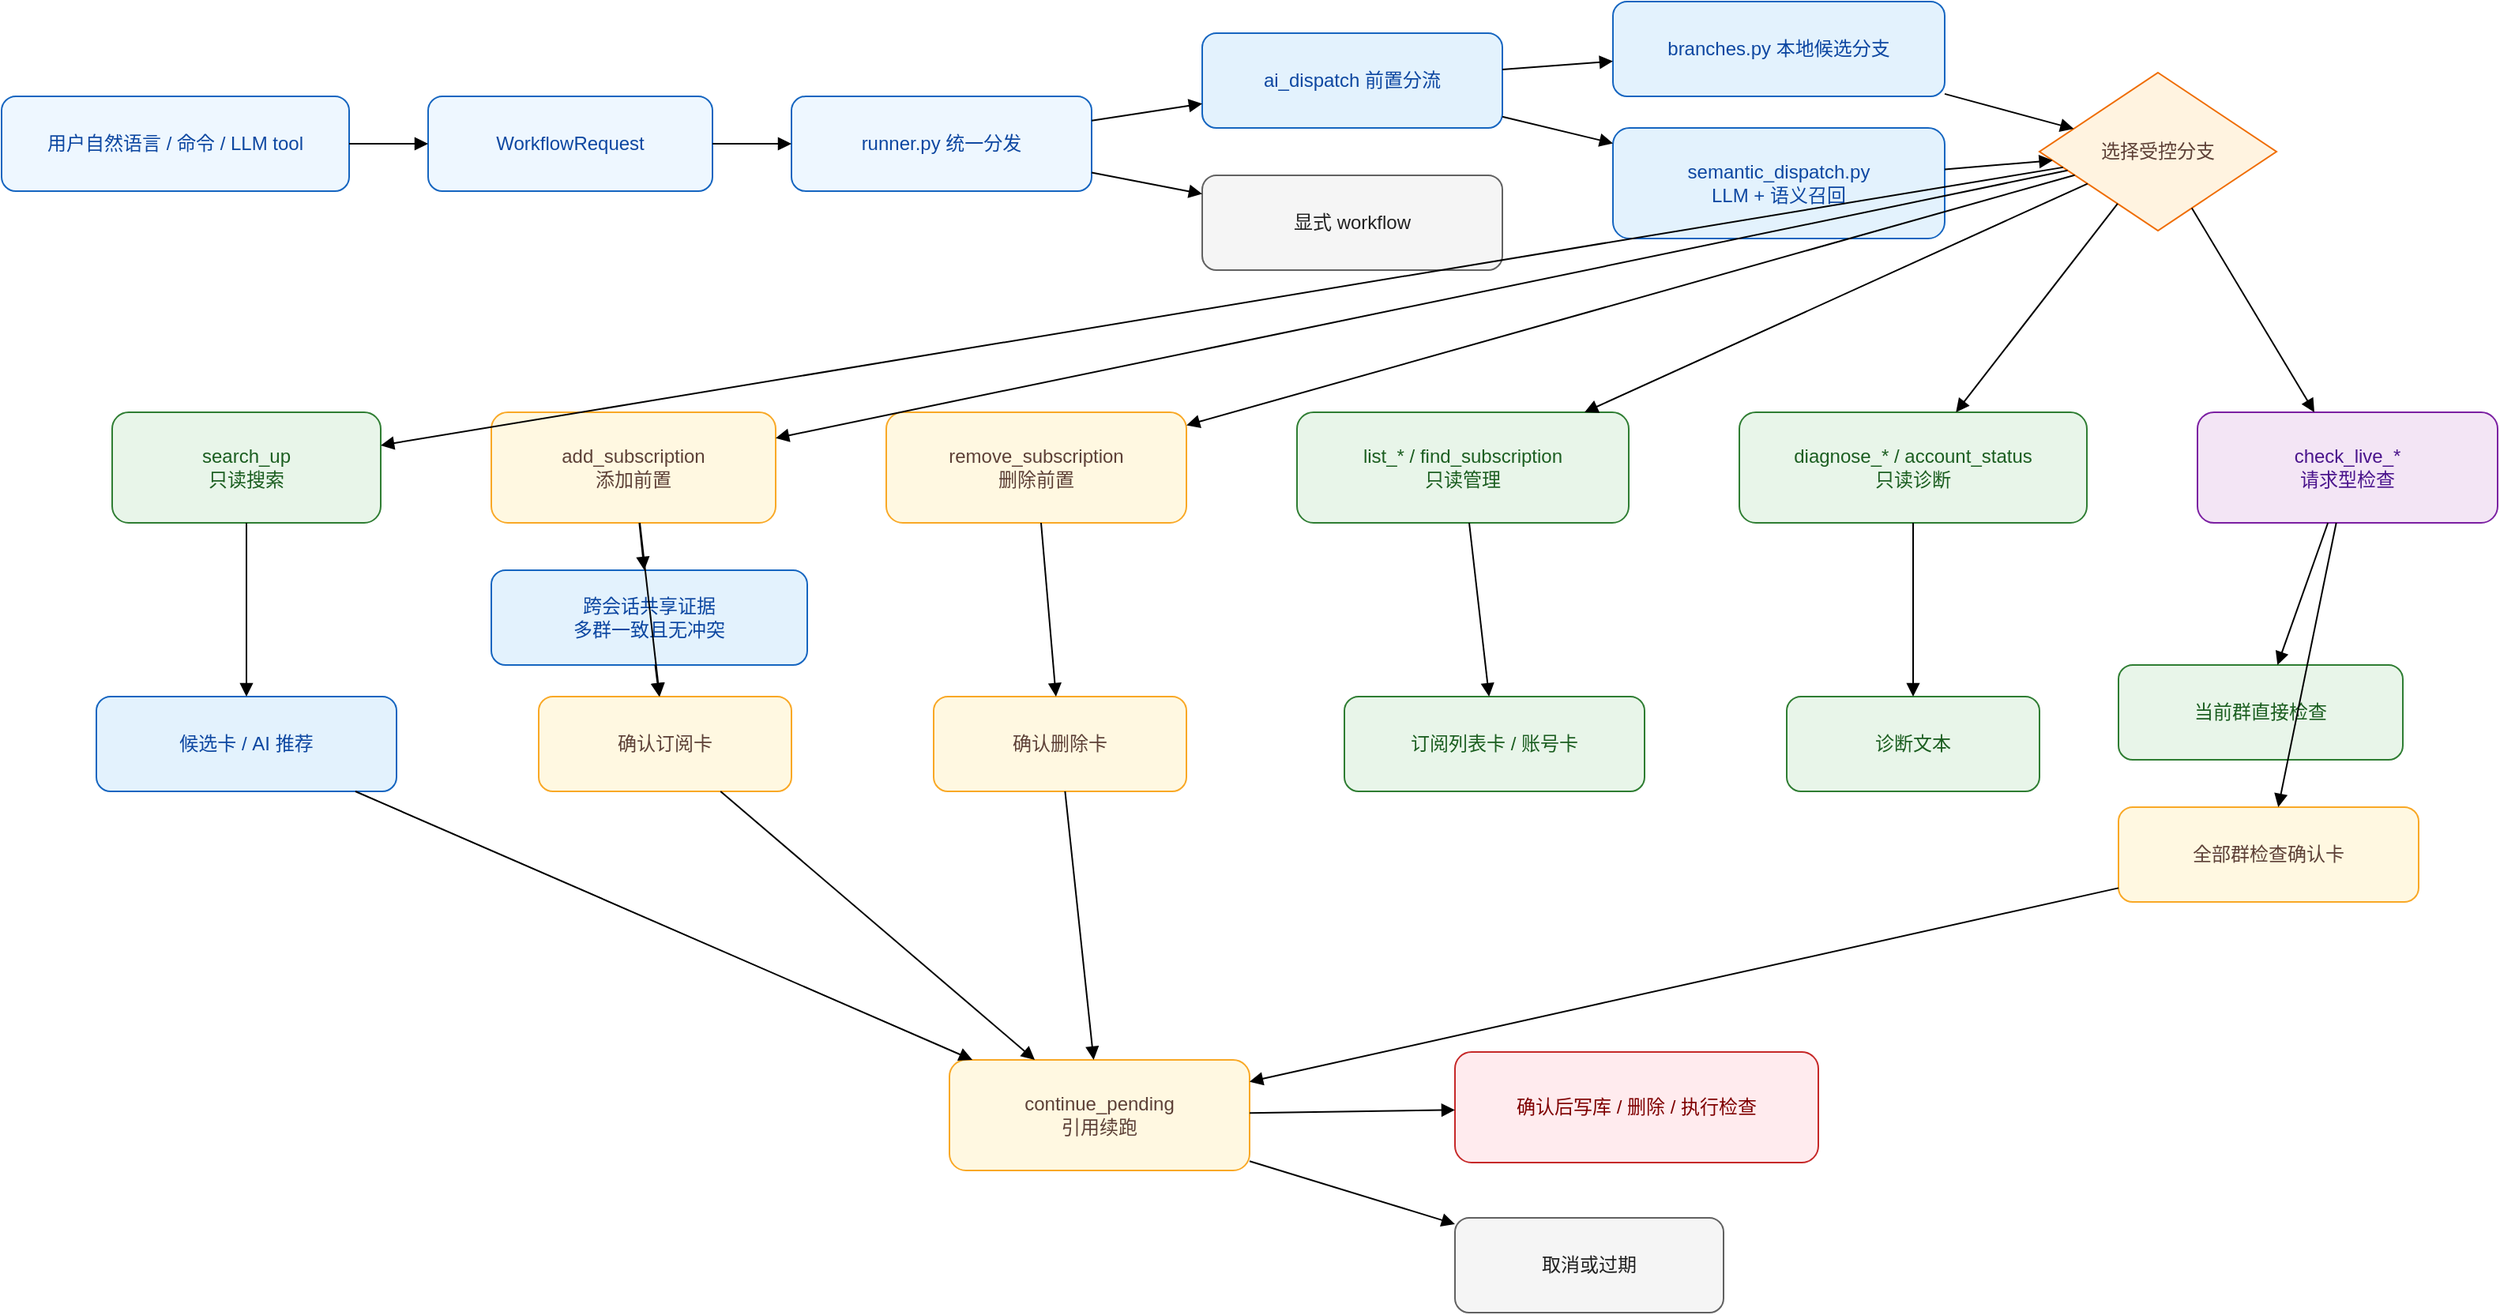
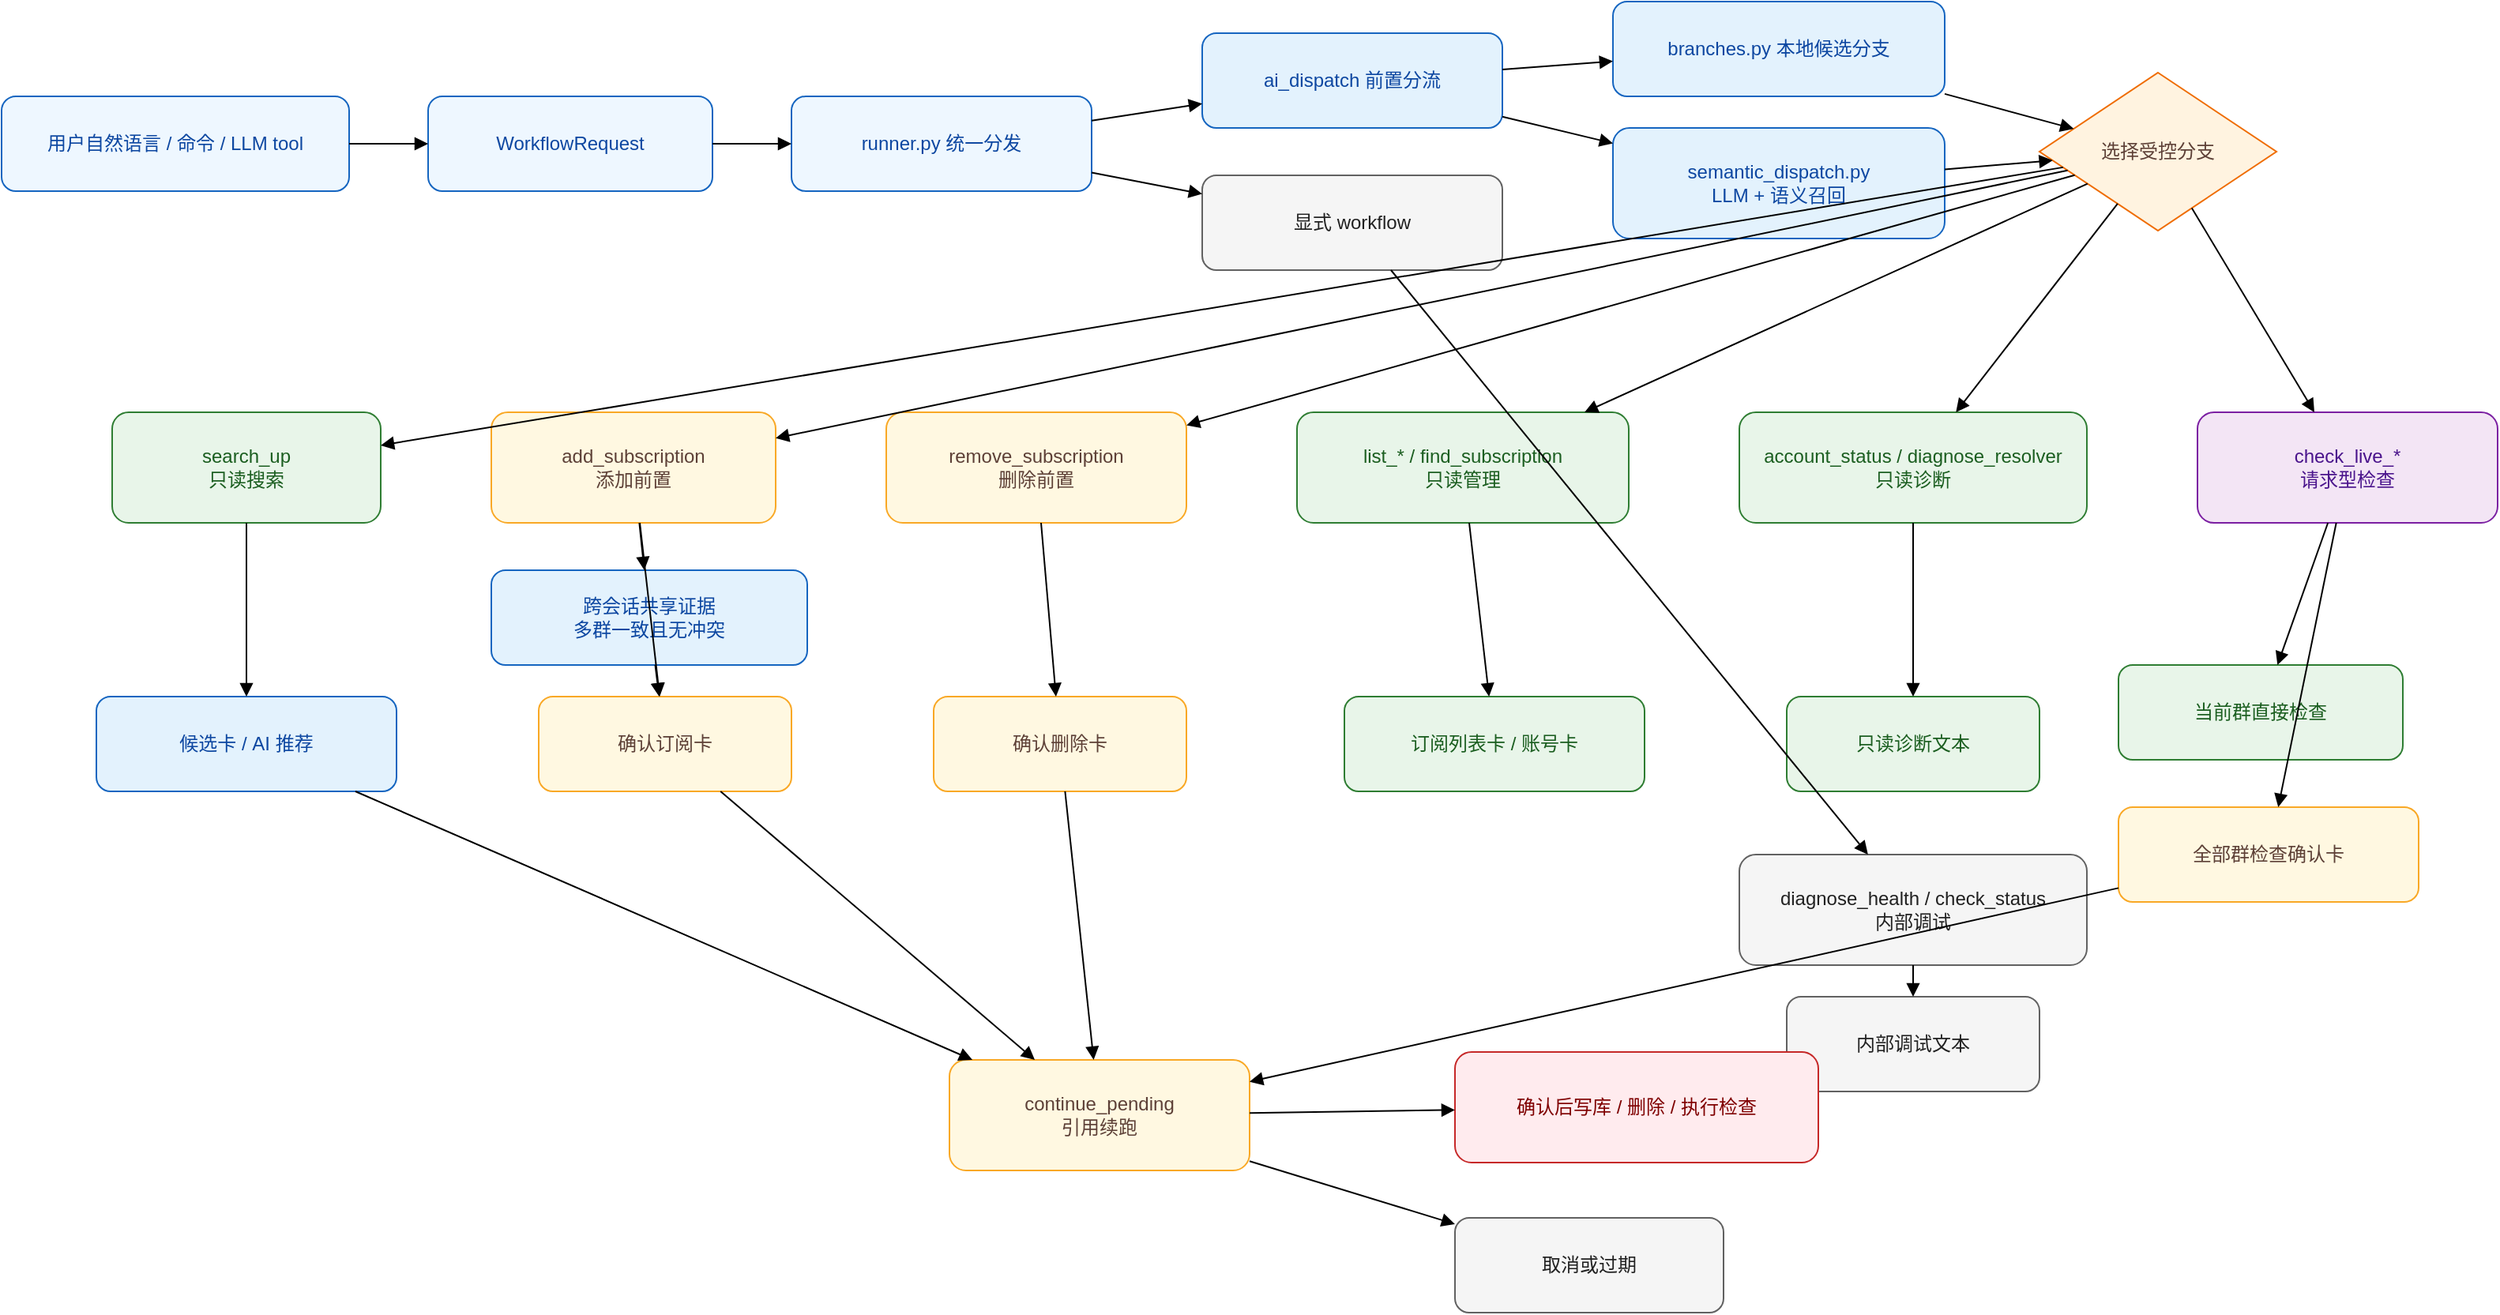
<mxfile host="app.diagrams.net" modified="2026-06-19T00:00:00.000Z" agent="Codex" version="24.7.17">
  <diagram id="bilibili-workflow-map" name="Bilibili Workflow">
    <mxGraphModel dx="1600" dy="1000" grid="1" gridSize="10" guides="1" tooltips="1" connect="1" arrows="1" fold="1" page="1" pageScale="1" pageWidth="1800" pageHeight="1200" math="0" shadow="0">
      <root>
        <mxCell id="0"/>
        <mxCell id="1" parent="0"/>
        <mxCell id="entry" value="用户自然语言 / 命令 / LLM tool" style="rounded=1;whiteSpace=wrap;html=1;fillColor=#eef7ff;strokeColor=#1565c0;fontColor=#0d47a1;" vertex="1" parent="1"><mxGeometry x="60" y="80" width="220" height="60" as="geometry"/></mxCell>
        <mxCell id="request" value="WorkflowRequest" style="rounded=1;whiteSpace=wrap;html=1;fillColor=#eef7ff;strokeColor=#1565c0;fontColor=#0d47a1;" vertex="1" parent="1"><mxGeometry x="330" y="80" width="180" height="60" as="geometry"/></mxCell>
        <mxCell id="runner" value="runner.py 统一分发" style="rounded=1;whiteSpace=wrap;html=1;fillColor=#eef7ff;strokeColor=#1565c0;fontColor=#0d47a1;" vertex="1" parent="1"><mxGeometry x="560" y="80" width="190" height="60" as="geometry"/></mxCell>
        <mxCell id="dispatch" value="ai_dispatch 前置分流" style="rounded=1;whiteSpace=wrap;html=1;fillColor=#e3f2fd;strokeColor=#1565c0;fontColor=#0d47a1;" vertex="1" parent="1"><mxGeometry x="820" y="40" width="190" height="60" as="geometry"/></mxCell>
        <mxCell id="direct" value="显式 workflow" style="rounded=1;whiteSpace=wrap;html=1;fillColor=#f5f5f5;strokeColor=#616161;fontColor=#212121;" vertex="1" parent="1"><mxGeometry x="820" y="130" width="190" height="60" as="geometry"/></mxCell>
        <mxCell id="branches" value="branches.py 本地候选分支" style="rounded=1;whiteSpace=wrap;html=1;fillColor=#e3f2fd;strokeColor=#1565c0;fontColor=#0d47a1;" vertex="1" parent="1"><mxGeometry x="1080" y="20" width="210" height="60" as="geometry"/></mxCell>
        <mxCell id="semantic" value="semantic_dispatch.py&#xa;LLM + 语义召回" style="rounded=1;whiteSpace=wrap;html=1;fillColor=#e3f2fd;strokeColor=#1565c0;fontColor=#0d47a1;" vertex="1" parent="1"><mxGeometry x="1080" y="100" width="210" height="70" as="geometry"/></mxCell>
        <mxCell id="select" value="选择受控分支" style="rhombus;whiteSpace=wrap;html=1;fillColor=#fff3e0;strokeColor=#ef6c00;fontColor=#5d4037;" vertex="1" parent="1"><mxGeometry x="1350" y="65" width="150" height="100" as="geometry"/></mxCell>
        <mxCell id="search" value="search_up&#xa;只读搜索" style="rounded=1;whiteSpace=wrap;html=1;fillColor=#e8f5e9;strokeColor=#2e7d32;fontColor=#1b5e20;" vertex="1" parent="1"><mxGeometry x="130" y="280" width="170" height="70" as="geometry"/></mxCell>
        <mxCell id="add" value="add_subscription&#xa;添加前置" style="rounded=1;whiteSpace=wrap;html=1;fillColor=#fff8e1;strokeColor=#f9a825;fontColor=#5d4037;" vertex="1" parent="1"><mxGeometry x="370" y="280" width="180" height="70" as="geometry"/></mxCell>
        <mxCell id="remove" value="remove_subscription&#xa;删除前置" style="rounded=1;whiteSpace=wrap;html=1;fillColor=#fff8e1;strokeColor=#f9a825;fontColor=#5d4037;" vertex="1" parent="1"><mxGeometry x="620" y="280" width="190" height="70" as="geometry"/></mxCell>
        <mxCell id="lists" value="list_* / find_subscription&#xa;只读管理" style="rounded=1;whiteSpace=wrap;html=1;fillColor=#e8f5e9;strokeColor=#2e7d32;fontColor=#1b5e20;" vertex="1" parent="1"><mxGeometry x="880" y="280" width="210" height="70" as="geometry"/></mxCell>
-         <mxCell id="diagnose" value="diagnose_* / account_status&#xa;只读诊断" style="rounded=1;whiteSpace=wrap;html=1;fillColor=#e8f5e9;strokeColor=#2e7d32;fontColor=#1b5e20;" vertex="1" parent="1"><mxGeometry x="1160" y="280" width="220" height="70" as="geometry"/></mxCell>
+         <mxCell id="diagnose" value="account_status / diagnose_resolver&#xa;只读诊断" style="rounded=1;whiteSpace=wrap;html=1;fillColor=#e8f5e9;strokeColor=#2e7d32;fontColor=#1b5e20;" vertex="1" parent="1"><mxGeometry x="1160" y="280" width="220" height="70" as="geometry"/></mxCell>
+         <mxCell id="internaldiag" value="diagnose_health / check_status&#xa;内部调试" style="rounded=1;whiteSpace=wrap;html=1;fillColor=#f5f5f5;strokeColor=#616161;fontColor=#212121;" vertex="1" parent="1"><mxGeometry x="1160" y="560" width="220" height="70" as="geometry"/></mxCell>
        <mxCell id="livecheck" value="check_live_*&#xa;请求型检查" style="rounded=1;whiteSpace=wrap;html=1;fillColor=#f3e5f5;strokeColor=#7b1fa2;fontColor=#4a148c;" vertex="1" parent="1"><mxGeometry x="1450" y="280" width="190" height="70" as="geometry"/></mxCell>
        <mxCell id="candidate" value="候选卡 / AI 推荐" style="rounded=1;whiteSpace=wrap;html=1;fillColor=#e3f2fd;strokeColor=#1565c0;fontColor=#0d47a1;" vertex="1" parent="1"><mxGeometry x="120" y="460" width="190" height="60" as="geometry"/></mxCell>
        <mxCell id="sharedalias" value="跨会话共享证据&#xa;多群一致且无冲突" style="rounded=1;whiteSpace=wrap;html=1;fillColor=#e3f2fd;strokeColor=#1565c0;fontColor=#0d47a1;" vertex="1" parent="1"><mxGeometry x="370" y="380" width="200" height="60" as="geometry"/></mxCell>
        <mxCell id="addconfirm" value="确认订阅卡" style="rounded=1;whiteSpace=wrap;html=1;fillColor=#fff8e1;strokeColor=#f9a825;fontColor=#5d4037;" vertex="1" parent="1"><mxGeometry x="400" y="460" width="160" height="60" as="geometry"/></mxCell>
        <mxCell id="removeconfirm" value="确认删除卡" style="rounded=1;whiteSpace=wrap;html=1;fillColor=#fff8e1;strokeColor=#f9a825;fontColor=#5d4037;" vertex="1" parent="1"><mxGeometry x="650" y="460" width="160" height="60" as="geometry"/></mxCell>
        <mxCell id="listcard" value="订阅列表卡 / 账号卡" style="rounded=1;whiteSpace=wrap;html=1;fillColor=#e8f5e9;strokeColor=#2e7d32;fontColor=#1b5e20;" vertex="1" parent="1"><mxGeometry x="910" y="460" width="190" height="60" as="geometry"/></mxCell>
-         <mxCell id="diagtext" value="诊断文本" style="rounded=1;whiteSpace=wrap;html=1;fillColor=#e8f5e9;strokeColor=#2e7d32;fontColor=#1b5e20;" vertex="1" parent="1"><mxGeometry x="1190" y="460" width="160" height="60" as="geometry"/></mxCell>
+         <mxCell id="diagtext" value="只读诊断文本" style="rounded=1;whiteSpace=wrap;html=1;fillColor=#e8f5e9;strokeColor=#2e7d32;fontColor=#1b5e20;" vertex="1" parent="1"><mxGeometry x="1190" y="460" width="160" height="60" as="geometry"/></mxCell>
+         <mxCell id="internaltext" value="内部调试文本" style="rounded=1;whiteSpace=wrap;html=1;fillColor=#f5f5f5;strokeColor=#616161;fontColor=#212121;" vertex="1" parent="1"><mxGeometry x="1190" y="650" width="160" height="60" as="geometry"/></mxCell>
        <mxCell id="currentlive" value="当前群直接检查" style="rounded=1;whiteSpace=wrap;html=1;fillColor=#e8f5e9;strokeColor=#2e7d32;fontColor=#1b5e20;" vertex="1" parent="1"><mxGeometry x="1400" y="440" width="180" height="60" as="geometry"/></mxCell>
        <mxCell id="allconfirm" value="全部群检查确认卡" style="rounded=1;whiteSpace=wrap;html=1;fillColor=#fff8e1;strokeColor=#f9a825;fontColor=#5d4037;" vertex="1" parent="1"><mxGeometry x="1400" y="530" width="190" height="60" as="geometry"/></mxCell>
        <mxCell id="pending" value="continue_pending&#xa;引用续跑" style="rounded=1;whiteSpace=wrap;html=1;fillColor=#fff8e1;strokeColor=#f9a825;fontColor=#5d4037;" vertex="1" parent="1"><mxGeometry x="660" y="690" width="190" height="70" as="geometry"/></mxCell>
        <mxCell id="write" value="确认后写库 / 删除 / 执行检查" style="rounded=1;whiteSpace=wrap;html=1;fillColor=#ffebee;strokeColor=#c62828;fontColor=#7f0000;" vertex="1" parent="1"><mxGeometry x="980" y="685" width="230" height="70" as="geometry"/></mxCell>
        <mxCell id="cancel" value="取消或过期" style="rounded=1;whiteSpace=wrap;html=1;fillColor=#f5f5f5;strokeColor=#616161;fontColor=#212121;" vertex="1" parent="1"><mxGeometry x="980" y="790" width="170" height="60" as="geometry"/></mxCell>
        <mxCell id="e1" edge="1" parent="1" source="entry" target="request" style="endArrow=block;html=1;"><mxGeometry relative="1" as="geometry"/></mxCell>
        <mxCell id="e2" edge="1" parent="1" source="request" target="runner" style="endArrow=block;html=1;"><mxGeometry relative="1" as="geometry"/></mxCell>
        <mxCell id="e3" edge="1" parent="1" source="runner" target="dispatch" style="endArrow=block;html=1;"><mxGeometry relative="1" as="geometry"/></mxCell>
        <mxCell id="e4" edge="1" parent="1" source="runner" target="direct" style="endArrow=block;html=1;"><mxGeometry relative="1" as="geometry"/></mxCell>
        <mxCell id="e5" edge="1" parent="1" source="dispatch" target="branches" style="endArrow=block;html=1;"><mxGeometry relative="1" as="geometry"/></mxCell>
        <mxCell id="e6" edge="1" parent="1" source="dispatch" target="semantic" style="endArrow=block;html=1;"><mxGeometry relative="1" as="geometry"/></mxCell>
        <mxCell id="e7" edge="1" parent="1" source="branches" target="select" style="endArrow=block;html=1;"><mxGeometry relative="1" as="geometry"/></mxCell>
        <mxCell id="e8" edge="1" parent="1" source="semantic" target="select" style="endArrow=block;html=1;"><mxGeometry relative="1" as="geometry"/></mxCell>
        <mxCell id="e9" edge="1" parent="1" source="select" target="search" style="endArrow=block;html=1;"><mxGeometry relative="1" as="geometry"/></mxCell>
        <mxCell id="e10" edge="1" parent="1" source="select" target="add" style="endArrow=block;html=1;"><mxGeometry relative="1" as="geometry"/></mxCell>
        <mxCell id="e11" edge="1" parent="1" source="select" target="remove" style="endArrow=block;html=1;"><mxGeometry relative="1" as="geometry"/></mxCell>
        <mxCell id="e12" edge="1" parent="1" source="select" target="lists" style="endArrow=block;html=1;"><mxGeometry relative="1" as="geometry"/></mxCell>
        <mxCell id="e13" edge="1" parent="1" source="select" target="diagnose" style="endArrow=block;html=1;"><mxGeometry relative="1" as="geometry"/></mxCell>
        <mxCell id="e14" edge="1" parent="1" source="select" target="livecheck" style="endArrow=block;html=1;"><mxGeometry relative="1" as="geometry"/></mxCell>
        <mxCell id="e15" edge="1" parent="1" source="search" target="candidate" style="endArrow=block;html=1;"><mxGeometry relative="1" as="geometry"/></mxCell>
        <mxCell id="e16" edge="1" parent="1" source="add" target="addconfirm" style="endArrow=block;html=1;"><mxGeometry relative="1" as="geometry"/></mxCell>
        <mxCell id="e17" edge="1" parent="1" source="remove" target="removeconfirm" style="endArrow=block;html=1;"><mxGeometry relative="1" as="geometry"/></mxCell>
        <mxCell id="e18" edge="1" parent="1" source="lists" target="listcard" style="endArrow=block;html=1;"><mxGeometry relative="1" as="geometry"/></mxCell>
        <mxCell id="e19" edge="1" parent="1" source="diagnose" target="diagtext" style="endArrow=block;html=1;"><mxGeometry relative="1" as="geometry"/></mxCell>
        <mxCell id="e20" edge="1" parent="1" source="livecheck" target="currentlive" style="endArrow=block;html=1;"><mxGeometry relative="1" as="geometry"/></mxCell>
        <mxCell id="e21" edge="1" parent="1" source="livecheck" target="allconfirm" style="endArrow=block;html=1;"><mxGeometry relative="1" as="geometry"/></mxCell>
        <mxCell id="e22" edge="1" parent="1" source="candidate" target="pending" style="endArrow=block;html=1;"><mxGeometry relative="1" as="geometry"/></mxCell>
        <mxCell id="e23" edge="1" parent="1" source="addconfirm" target="pending" style="endArrow=block;html=1;"><mxGeometry relative="1" as="geometry"/></mxCell>
        <mxCell id="e24" edge="1" parent="1" source="removeconfirm" target="pending" style="endArrow=block;html=1;"><mxGeometry relative="1" as="geometry"/></mxCell>
        <mxCell id="e25" edge="1" parent="1" source="allconfirm" target="pending" style="endArrow=block;html=1;"><mxGeometry relative="1" as="geometry"/></mxCell>
        <mxCell id="e26" edge="1" parent="1" source="pending" target="write" style="endArrow=block;html=1;"><mxGeometry relative="1" as="geometry"/></mxCell>
        <mxCell id="e27" edge="1" parent="1" source="pending" target="cancel" style="endArrow=block;html=1;"><mxGeometry relative="1" as="geometry"/></mxCell>
        <mxCell id="e28" edge="1" parent="1" source="add" target="sharedalias" style="endArrow=block;html=1;"><mxGeometry relative="1" as="geometry"/></mxCell>
        <mxCell id="e29" edge="1" parent="1" source="sharedalias" target="addconfirm" style="endArrow=block;html=1;"><mxGeometry relative="1" as="geometry"/></mxCell>
+         <mxCell id="e30" edge="1" parent="1" source="direct" target="internaldiag" style="endArrow=block;html=1;"><mxGeometry relative="1" as="geometry"/></mxCell>
+         <mxCell id="e31" edge="1" parent="1" source="internaldiag" target="internaltext" style="endArrow=block;html=1;"><mxGeometry relative="1" as="geometry"/></mxCell>
      </root>
    </mxGraphModel>
  </diagram>
</mxfile>
